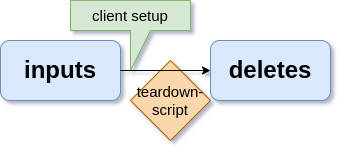
Above: kuberest_teardown_flow.png in sebt3/kuberest (draw.io), before the change. Source tidied: cells renumbered, new cells last; positions are measured from the earlier drawing's top-left corner, leaving out a move shared by most shapes. The source it was exported from:
```xml
<mxGraphModel>
  <root>
    <mxCell id="0" />
    <mxCell id="1" parent="0" />
    <mxCell id="2" value="client setup" style="shape=callout;whiteSpace=wrap;html=1;perimeter=calloutPerimeter;fontSize=15;position2=0.5;fillColor=#d5e8d4;strokeColor=#82b366;size=40;position=0.5;" parent="1" vertex="1">
      <mxGeometry x="70" width="120" height="70" as="geometry" />
    </mxCell>
    <mxCell id="3" value="teardown-script" style="rhombus;whiteSpace=wrap;html=1;fontSize=15;fillColor=#fad7ac;strokeColor=#b46504;" parent="1" vertex="1">
      <mxGeometry x="130" y="60" width="80" height="80" as="geometry" />
    </mxCell>
    <mxCell id="4" value="inputs" style="rounded=1;whiteSpace=wrap;html=1;fillColor=#dae8fc;strokeColor=#6c8ebf;fontStyle=1;fontSize=24;" parent="1" vertex="1">
      <mxGeometry y="40" width="120" height="60" as="geometry" />
    </mxCell>
    <mxCell id="5" value="deletes" style="rounded=1;whiteSpace=wrap;html=1;fillColor=#dae8fc;strokeColor=#6c8ebf;fontStyle=1;fontSize=24;" parent="1" vertex="1">
      <mxGeometry x="210" y="40" width="120" height="60" as="geometry" />
    </mxCell>
    <mxCell id="6" style="endArrow=classic;html=1;rounded=0;fontSize=20;entryX=0;entryY=0.5;entryDx=0;entryDy=0;" parent="1" edge="1" target="5">
      <mxGeometry relative="1" as="geometry">
        <mxPoint x="120" y="70" as="sourcePoint" />
      </mxGeometry>
    </mxCell>
  </root>
</mxGraphModel>
```
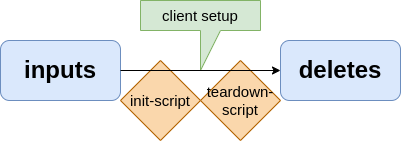
Later version of the same file.

Commit message:
Added the init script introduced in 1.2.0

Diff of the diagram source:
```diff
@@ -2,6 +2,9 @@
   <root>
     <mxCell id="0" />
     <mxCell id="1" parent="0" />
+    <mxCell id="7" value="init-script" style="rhombus;whiteSpace=wrap;html=1;fontSize=15;fillColor=#fad7ac;strokeColor=#b46504;" parent="1" vertex="1">
+      <mxGeometry x="50" y="60" width="80" height="80" as="geometry" />
+    </mxCell>
     <mxCell id="2" value="client setup" style="shape=callout;whiteSpace=wrap;html=1;perimeter=calloutPerimeter;fontSize=15;position2=0.5;fillColor=#d5e8d4;strokeColor=#82b366;size=40;position=0.5;" parent="1" vertex="1">
       <mxGeometry x="70" width="120" height="70" as="geometry" />
     </mxCell>
@@ -9,15 +12,13 @@
       <mxGeometry x="130" y="60" width="80" height="80" as="geometry" />
     </mxCell>
     <mxCell id="4" value="inputs" style="rounded=1;whiteSpace=wrap;html=1;fillColor=#dae8fc;strokeColor=#6c8ebf;fontStyle=1;fontSize=24;" parent="1" vertex="1">
-      <mxGeometry y="40" width="120" height="60" as="geometry" />
+      <mxGeometry x="-70" y="40" width="120" height="60" as="geometry" />
     </mxCell>
     <mxCell id="5" value="deletes" style="rounded=1;whiteSpace=wrap;html=1;fillColor=#dae8fc;strokeColor=#6c8ebf;fontStyle=1;fontSize=24;" parent="1" vertex="1">
       <mxGeometry x="210" y="40" width="120" height="60" as="geometry" />
     </mxCell>
-    <mxCell id="6" style="endArrow=classic;html=1;rounded=0;fontSize=20;entryX=0;entryY=0.5;entryDx=0;entryDy=0;" parent="1" edge="1" target="5">
-      <mxGeometry relative="1" as="geometry">
-        <mxPoint x="120" y="70" as="sourcePoint" />
-      </mxGeometry>
+    <mxCell id="6" style="endArrow=classic;html=1;rounded=0;fontSize=20;entryX=0;entryY=0.5;entryDx=0;entryDy=0;exitX=1;exitY=0.5;exitDx=0;exitDy=0;" parent="1" edge="1" source="4" target="5">
+      <mxGeometry relative="1" as="geometry" />
     </mxCell>
   </root>
 </mxGraphModel>
```
